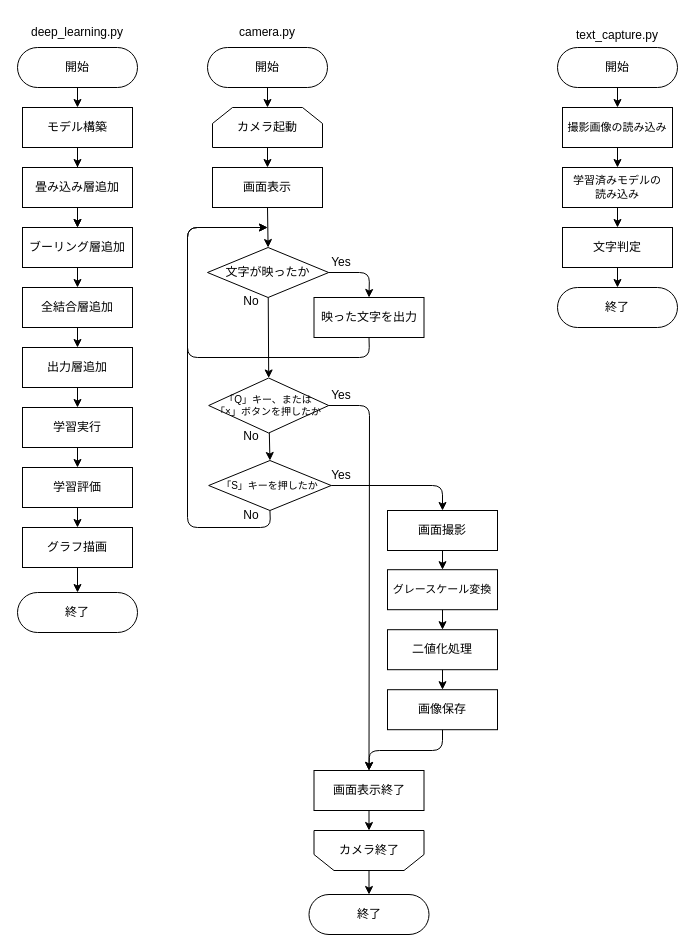
This is E-Learning (Python)/opencv/learning_machine/learning_machine.dio from Yuya7124/til, a draw.io file, before an edit. Source tidied: cells renumbered, new cells numbered last; positions are measured from the earlier drawing's top-left corner, leaving out a move shared by most shapes. Both pictures are drawn from the tidied source at 100%, with x=0, y=0 at pixel (17, 17).
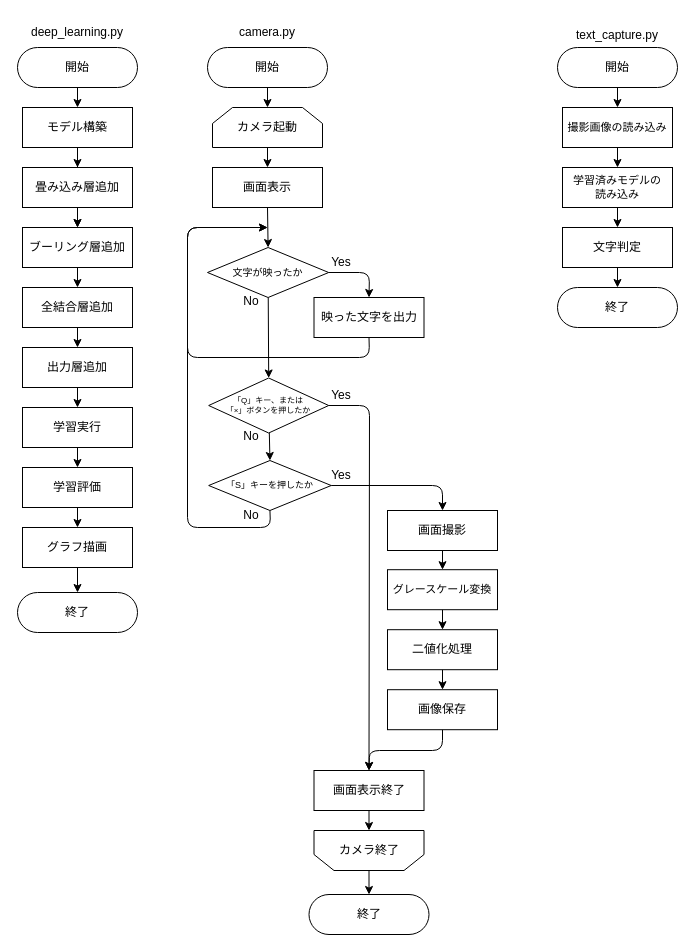
The same diagram, later.

What changed in the source:
```diff
@@
-    <mxCell id="31" value="文字が映ったか" style="rhombus;whiteSpace=wrap;html=1;" parent="1" vertex="1">
+    <mxCell id="31" value="文字が映ったか" style="rhombus;whiteSpace=wrap;html=1;fontSize=10;" parent="1" vertex="1">
       <mxGeometry x="190" y="230" width="121.2" height="50" as="geometry" />
     </mxCell>
@@
-    <mxCell id="39" value="&lt;font style=&quot;font-size: 10px;&quot;&gt;「Q」キー、または&lt;br style=&quot;font-size: 10px;&quot;&gt;「×」ボタンを押したか&lt;/font&gt;" style="rhombus;whiteSpace=wrap;html=1;fontSize=10;" parent="1" vertex="1">
+    <mxCell id="39" value="&lt;font style=&quot;font-size: 8px;&quot;&gt;「Q」キー、または&lt;br style=&quot;font-size: 8px;&quot;&gt;「×」ボタンを押したか&lt;/font&gt;" style="rhombus;whiteSpace=wrap;html=1;fontSize=8;" parent="1" vertex="1">
       <mxGeometry x="191.2" y="360.5" width="120" height="55" as="geometry" />
     </mxCell>
@@
-    <mxCell id="61" value="&lt;font style=&quot;font-size: 10px;&quot;&gt;「S」キーを押したか&lt;/font&gt;" style="rhombus;whiteSpace=wrap;html=1;" parent="1" vertex="1">
+    <mxCell id="61" value="&lt;font style=&quot;font-size: 9px;&quot;&gt;「S」キーを押したか&lt;/font&gt;" style="rhombus;whiteSpace=wrap;html=1;fontSize=9;" parent="1" vertex="1">
       <mxGeometry x="191.2" y="443" width="122.5" height="50" as="geometry" />
     </mxCell>
```
